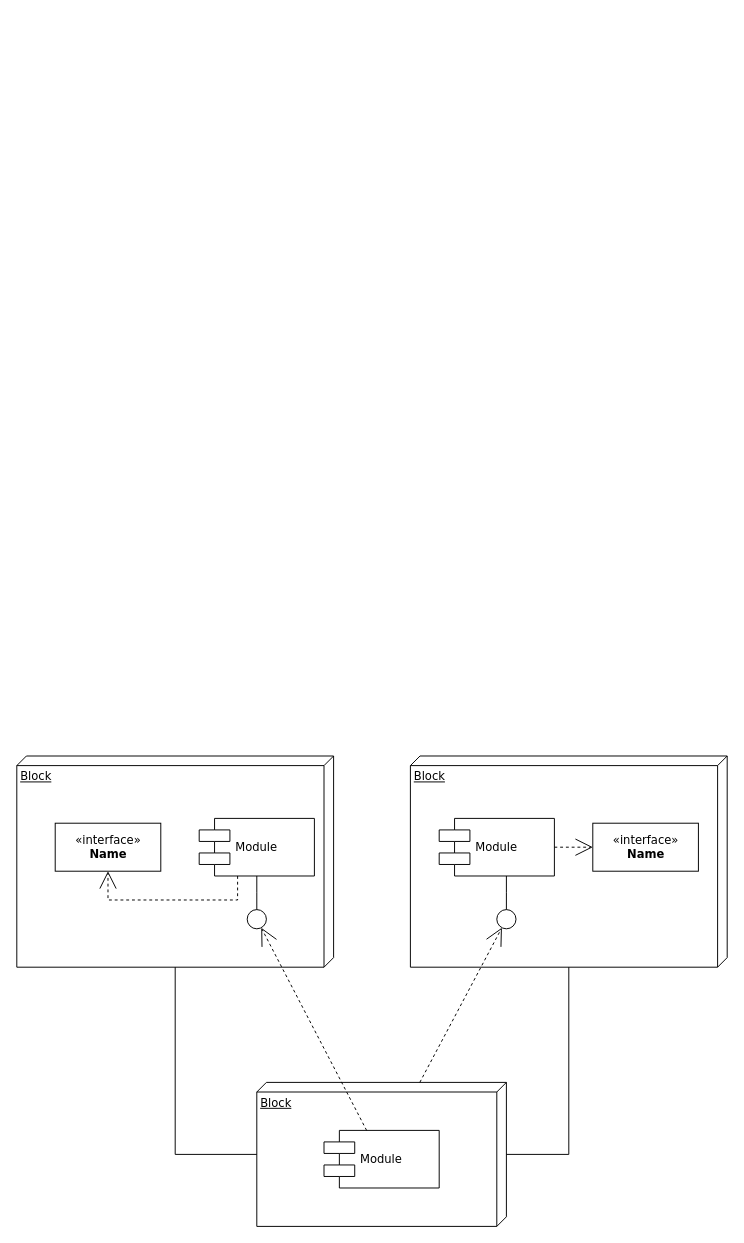
This is 실습7_deployment diagram.drawio from ShineSoYoung/TEST, a draw.io file, before an edit. Source tidied: cells renumbered, new cells numbered last; positions are measured from the earlier drawing's top-left corner, leaving out a move shared by most shapes. Both pictures are drawn from the tidied source at 96%, with x=0, y=0 at pixel (16, 756).
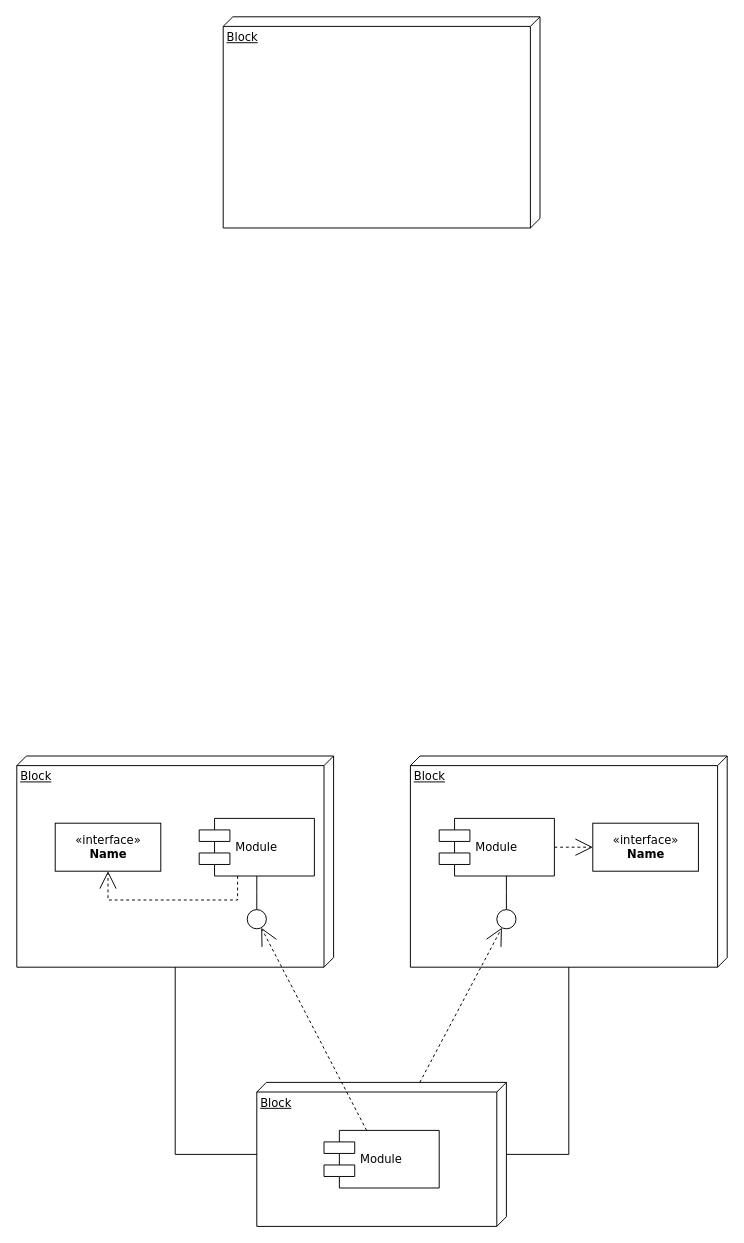
Above is the later version.

Commit message (it also covers changes not shown here):
실습7_deployment diagram.drawio 업데이트

What changed in the source:
```diff
@@
+    <mxCell id="20" value="Block" style="verticalAlign=top;align=left;spacingTop=8;spacingLeft=2;spacingRight=12;shape=cube;size=10;direction=south;fontStyle=4;html=1;rounded=0;shadow=0;comic=0;labelBackgroundColor=none;strokeWidth=1;fontFamily=Verdana;fontSize=12;" parent="1" vertex="1">
+      <mxGeometry x="215" y="-770" width="330" height="220" as="geometry" />
+    </mxCell>
```
